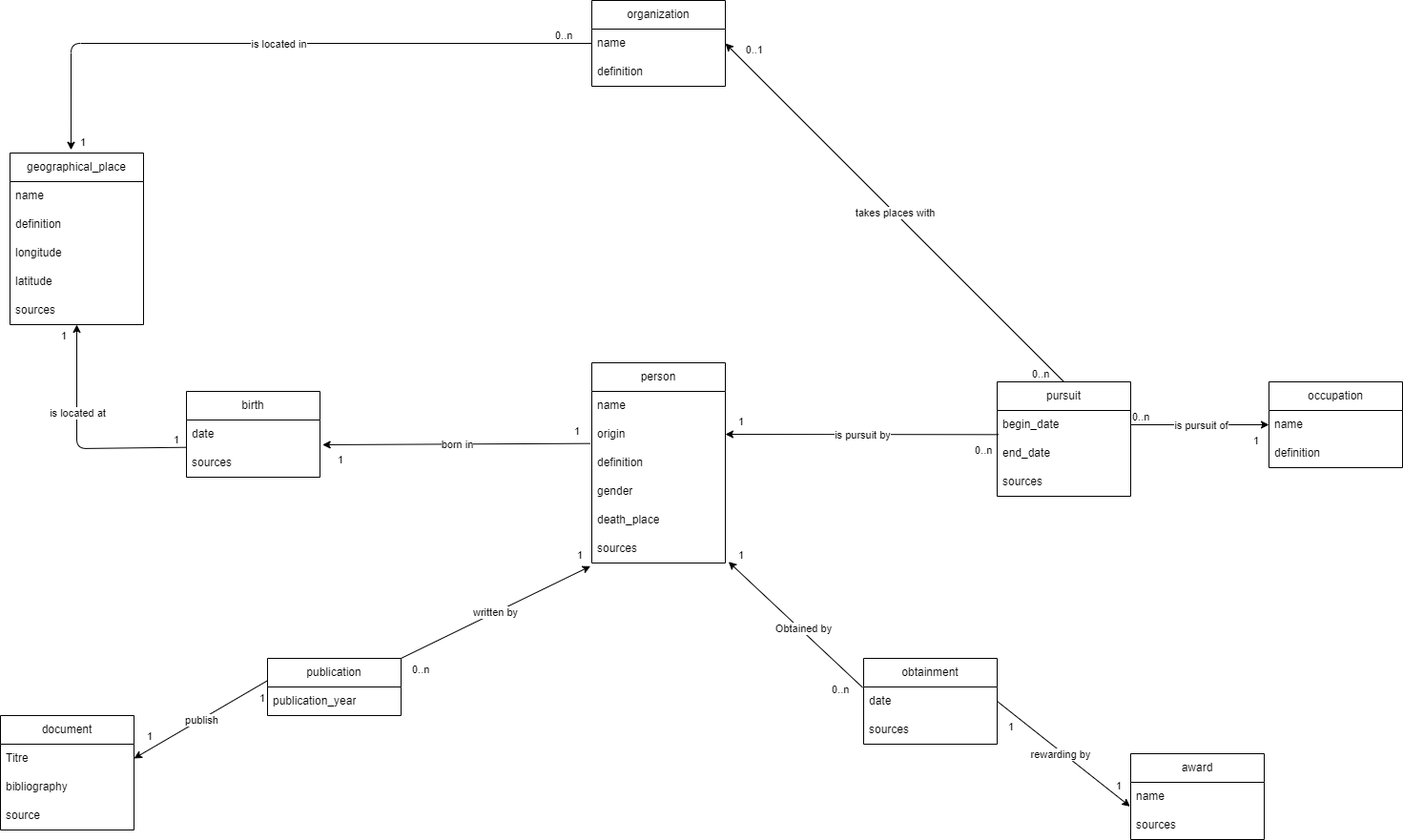
Earlier version of the draw.io export diagramme/diagramme.png (Raphix93/2HS2179_militants-pour-la-paix). Source tidied: cells renumbered, new cells last; positions are measured from the earlier drawing's top-left corner, leaving out a move shared by most shapes.
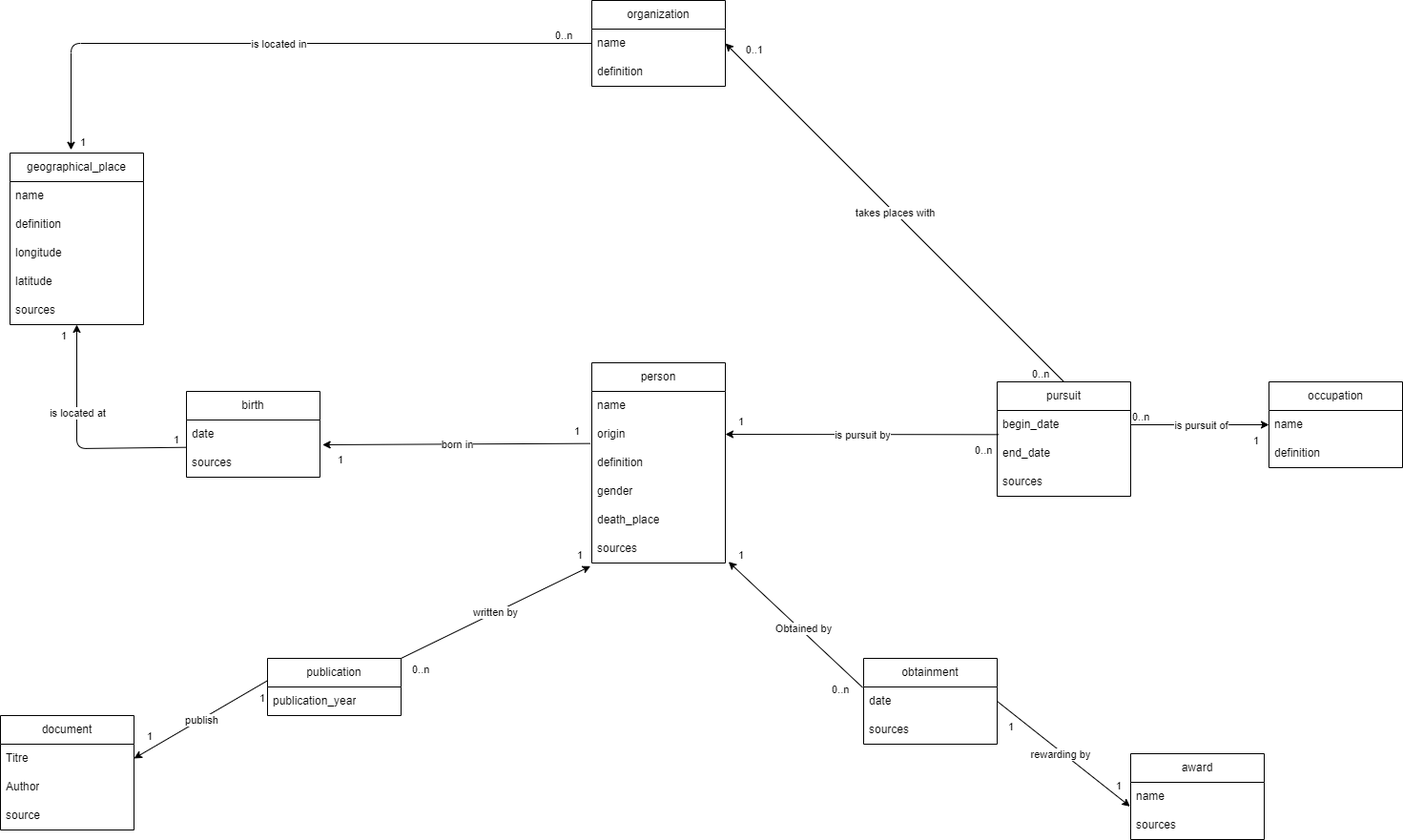
Later version of the same file.

What changed in the source:
```diff
@@ -267,7 +267,7 @@
     <mxCell id="73" value="Titre" style="text;strokeColor=none;fillColor=none;align=left;verticalAlign=middle;spacingLeft=4;spacingRight=4;overflow=hidden;points=[[0,0.5],[1,0.5]];portConstraint=eastwest;whiteSpace=wrap;html=1;" parent="72" vertex="1">
       <mxGeometry y="30" width="140" height="30" as="geometry" />
     </mxCell>
-    <mxCell id="74" value="bibliography" style="text;strokeColor=none;fillColor=none;align=left;verticalAlign=middle;spacingLeft=4;spacingRight=4;overflow=hidden;whiteSpace=wrap;html=1;" parent="72" vertex="1">
+    <mxCell id="74" value="Author" style="text;strokeColor=none;fillColor=none;align=left;verticalAlign=middle;spacingLeft=4;spacingRight=4;overflow=hidden;whiteSpace=wrap;html=1;" parent="72" vertex="1">
       <mxGeometry y="60" width="140" height="30" as="geometry" />
     </mxCell>
     <mxCell id="75" value="source" style="text;strokeColor=none;fillColor=none;align=left;verticalAlign=middle;spacingLeft=4;spacingRight=4;overflow=hidden;whiteSpace=wrap;html=1;" parent="72" vertex="1">
```
